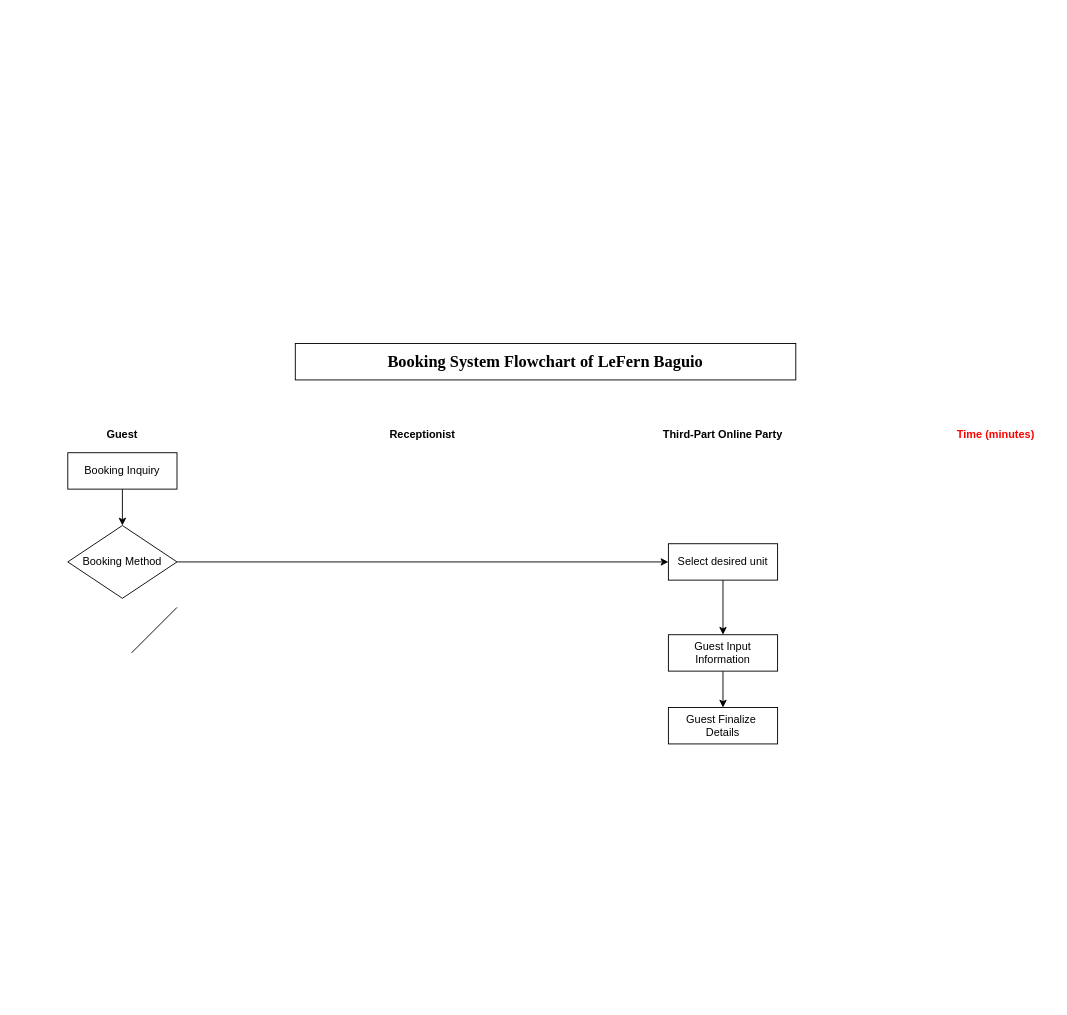
Above: CC13/LeFernSystemFlowchartUpdated.drawio in doyaoencab/draw.io (draw.io), before the change. Source tidied: cells renumbered, new cells numbered last; positions are measured from the earlier drawing's top-left corner, leaving out a move shared by most shapes. Both pictures are drawn from the tidied source at 91%, with x=0, y=0 at pixel (67, 343).
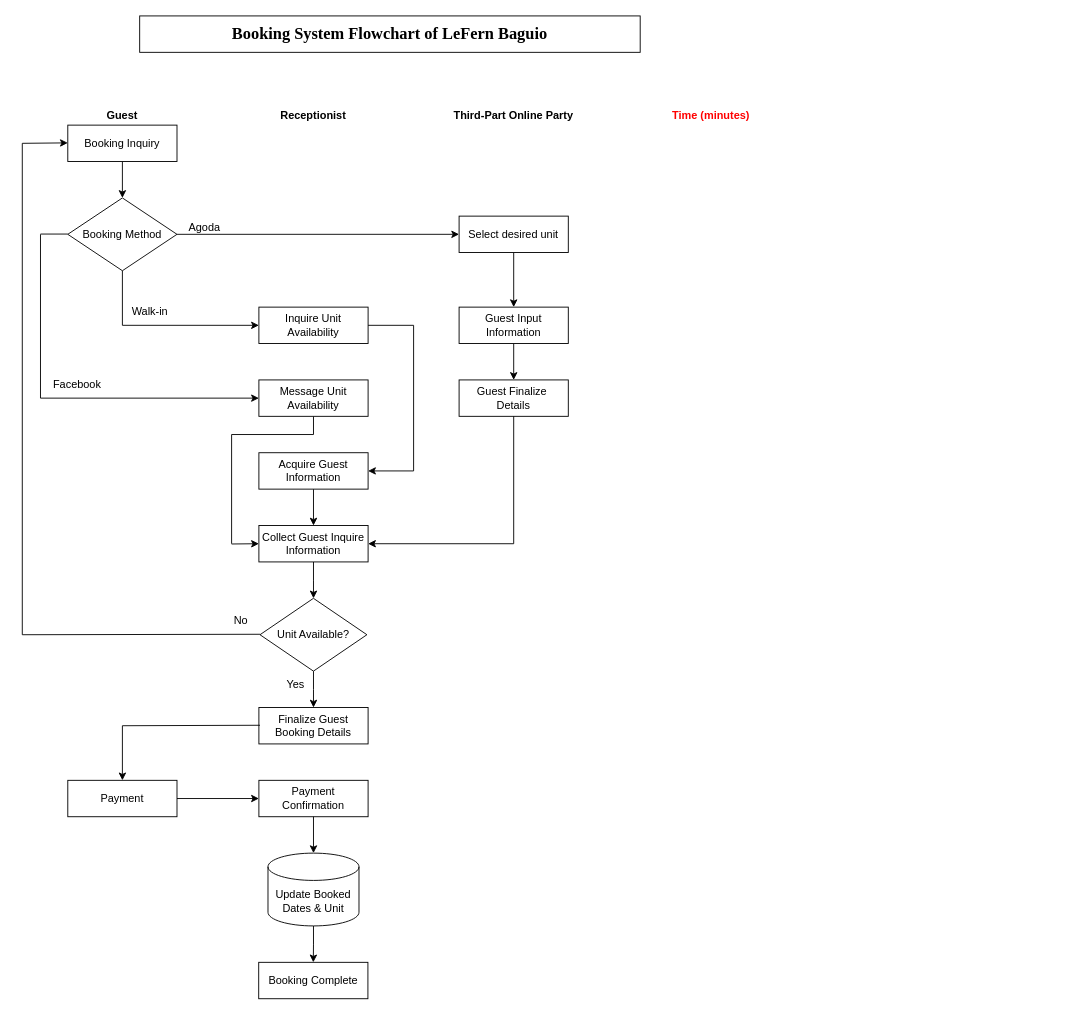
The same page after the edit.

What changed in the source:
```diff
@@
     <mxCell id="2" value="&lt;b style=&quot;font-family: &amp;quot;Times New Roman&amp;quot;; text-wrap-mode: nowrap;&quot;&gt;&lt;font style=&quot;font-size: 18px;&quot;&gt;Booking System Flowchart of LeFern Baguio&lt;/font&gt;&lt;/b&gt;" style="whiteSpace=wrap;html=1;" parent="1" vertex="1">
-      <mxGeometry x="250" width="550" height="40" as="geometry" />
+      <mxGeometry x="79" y="-360" width="550" height="40" as="geometry" />
     </mxCell>
     <mxCell id="3" value="&lt;b&gt;Guest&lt;/b&gt;" style="whiteSpace=wrap;html=1;strokeColor=none;fillColor=none;" parent="1" vertex="1">
-      <mxGeometry y="90" width="120" height="20" as="geometry" />
+      <mxGeometry y="-260" width="120" height="20" as="geometry" />
     </mxCell>
     <mxCell id="4" value="&lt;b&gt;&lt;font style=&quot;color: light-dark(rgb(255, 0, 0), rgb(237, 237, 237));&quot;&gt;Time (minutes)&lt;/font&gt;&lt;/b&gt;" style="whiteSpace=wrap;html=1;strokeColor=none;fillColor=none;" parent="1" vertex="1">
-      <mxGeometry x="960" y="90" width="120" height="20" as="geometry" />
+      <mxGeometry x="647" y="-260" width="120" height="20" as="geometry" />
     </mxCell>
     <mxCell id="5" value="&lt;b&gt;Receptionist&lt;/b&gt;" style="whiteSpace=wrap;html=1;strokeColor=none;fillColor=none;" parent="1" vertex="1">
-      <mxGeometry x="330" y="90" width="120" height="20" as="geometry" />
+      <mxGeometry x="210" y="-260" width="120" height="20" as="geometry" />
     </mxCell>
     <mxCell id="6" value="&lt;b&gt;Third-Part Online Party&lt;/b&gt;" style="whiteSpace=wrap;html=1;strokeColor=none;fillColor=none;" parent="1" vertex="1">
-      <mxGeometry x="650" y="90" width="140" height="20" as="geometry" />
+      <mxGeometry x="420" y="-260" width="140" height="20" as="geometry" />
     </mxCell>
@@
     <mxCell id="8" value="Booking Inquiry" style="whiteSpace=wrap;html=1;" parent="1" vertex="1">
-      <mxGeometry y="120" width="120" height="40" as="geometry" />
+      <mxGeometry y="-240" width="120" height="40" as="geometry" />
     </mxCell>
@@
     <mxCell id="10" value="Booking Method" style="rhombus;whiteSpace=wrap;html=1;" parent="1" vertex="1">
-      <mxGeometry y="200" width="120" height="80" as="geometry" />
+      <mxGeometry y="-160" width="120" height="80" as="geometry" />
     </mxCell>
@@
     <mxCell id="12" value="Select desired unit" style="whiteSpace=wrap;html=1;" parent="1" vertex="1">
-      <mxGeometry x="660" y="220" width="120" height="40" as="geometry" />
+      <mxGeometry x="430" y="-140" width="120" height="40" as="geometry" />
     </mxCell>
@@
     <mxCell id="14" value="Guest Input Information" style="whiteSpace=wrap;html=1;" parent="1" vertex="1">
-      <mxGeometry x="660" y="320" width="120" height="40" as="geometry" />
+      <mxGeometry x="430" y="-40" width="120" height="40" as="geometry" />
     </mxCell>
     <mxCell id="15" value="Guest Finalize&amp;nbsp;&lt;div&gt;Details&lt;/div&gt;" style="whiteSpace=wrap;html=1;" parent="1" vertex="1">
-      <mxGeometry x="660" y="400" width="120" height="40" as="geometry" />
+      <mxGeometry x="430" y="40" width="120" height="40" as="geometry" />
     </mxCell>
-    <mxCell id="16" style="endArrow=none;html=1;rounded=0;" parent="1" edge="1">
+    <mxCell id="16" style="endArrow=none;html=1;rounded=0;entryX=0.5;entryY=1;entryDx=0;entryDy=0;" parent="1" edge="1" target="10">
       <mxGeometry relative="1" as="geometry">
-        <mxPoint x="70" y="340" as="sourcePoint" />
-        <mxPoint x="120" y="290" as="targetPoint" />
+        <mxPoint x="60" y="-20" as="sourcePoint" />
       </mxGeometry>
     </mxCell>
+    <mxCell id="17" style="edgeStyle=none;jettySize=auto;html=1;rounded=0;entryX=0;entryY=0.5;entryDx=0;entryDy=0;" parent="1" edge="1" target="18">
+      <mxGeometry relative="1" as="geometry">
+        <mxPoint x="60" y="-20" as="sourcePoint" />
+      </mxGeometry>
+    </mxCell>
+    <mxCell id="18" value="Inquire Unit Availability" style="whiteSpace=wrap;html=1;" parent="1" vertex="1">
+      <mxGeometry x="210" y="-40" width="120" height="40" as="geometry" />
+    </mxCell>
+    <mxCell id="19" value="Agoda" style="text;html=1;align=center;verticalAlign=middle;strokeColor=none;fillColor=none;" parent="1" vertex="1">
+      <mxGeometry x="120" y="-142" width="60" height="30" as="geometry" />
+    </mxCell>
+    <mxCell id="20" value="Walk-in" style="text;html=1;align=center;verticalAlign=middle;strokeColor=none;fillColor=none;" parent="1" vertex="1">
+      <mxGeometry x="60" y="-50" width="60" height="30" as="geometry" />
+    </mxCell>
+    <mxCell id="21" style="endArrow=none;html=1;rounded=0;" parent="1" edge="1">
+      <mxGeometry relative="1" as="geometry">
+        <mxPoint x="-30" y="-120.3" as="sourcePoint" />
+        <mxPoint y="-120.3" as="targetPoint" />
+      </mxGeometry>
+    </mxCell>
+    <mxCell id="22" style="endArrow=none;html=1;rounded=0;" parent="1" edge="1">
+      <mxGeometry relative="1" as="geometry">
+        <mxPoint x="-30" y="-120" as="sourcePoint" />
+        <mxPoint x="-30" y="60" as="targetPoint" />
+      </mxGeometry>
+    </mxCell>
+    <mxCell id="23" style="edgeStyle=none;jettySize=auto;html=1;rounded=0;" parent="1" edge="1" source="37">
+      <mxGeometry relative="1" as="geometry">
+        <mxPoint x="330" y="69" as="targetPoint" />
+      </mxGeometry>
+    </mxCell>
+    <mxCell id="24" value="Facebook" style="text;html=1;align=center;verticalAlign=middle;strokeColor=none;fillColor=none;" parent="1" vertex="1">
+      <mxGeometry x="-30" y="30" width="80" height="30" as="geometry" />
+    </mxCell>
+    <mxCell id="25" style="edgeStyle=orthogonalEdgeStyle;rounded=0;jettySize=auto;html=1;" parent="1" edge="1" source="26" target="31">
+      <mxGeometry relative="1" as="geometry" />
+    </mxCell>
+    <mxCell id="26" value="Acquire Guest Information" style="whiteSpace=wrap;html=1;" parent="1" vertex="1">
+      <mxGeometry x="210" y="120" width="120" height="40" as="geometry" />
+    </mxCell>
+    <mxCell id="27" style="endArrow=none;html=1;rounded=0;exitX=1;exitY=0.5;exitDx=0;exitDy=0;" parent="1" edge="1" source="18">
+      <mxGeometry relative="1" as="geometry">
+        <mxPoint x="380" y="-20" as="targetPoint" />
+      </mxGeometry>
+    </mxCell>
+    <mxCell id="28" style="endArrow=none;html=1;rounded=0;" parent="1" edge="1">
+      <mxGeometry relative="1" as="geometry">
+        <mxPoint x="380" y="140" as="sourcePoint" />
+        <mxPoint x="380" y="-20" as="targetPoint" />
+      </mxGeometry>
+    </mxCell>
+    <mxCell id="29" style="edgeStyle=none;jettySize=auto;html=1;rounded=0;entryX=1;entryY=0.5;entryDx=0;entryDy=0;" parent="1" edge="1" target="26">
+      <mxGeometry relative="1" as="geometry">
+        <mxPoint x="380" y="140" as="sourcePoint" />
+      </mxGeometry>
+    </mxCell>
+    <mxCell id="30" style="edgeStyle=orthogonalEdgeStyle;rounded=0;jettySize=auto;html=1;" parent="1" edge="1" source="31" target="41">
+      <mxGeometry relative="1" as="geometry" />
+    </mxCell>
+    <mxCell id="31" value="Collect Guest Inquire Information" style="whiteSpace=wrap;html=1;" parent="1" vertex="1">
+      <mxGeometry x="210" y="200" width="120" height="40" as="geometry" />
+    </mxCell>
+    <mxCell id="32" style="endArrow=none;html=1;rounded=0;exitX=0.5;exitY=1;exitDx=0;exitDy=0;" parent="1" edge="1" source="37">
+      <mxGeometry relative="1" as="geometry">
+        <mxPoint x="270" y="100" as="targetPoint" />
+      </mxGeometry>
+    </mxCell>
+    <mxCell id="33" style="edgeStyle=none;orthogonalLoop=1;jettySize=auto;html=1;rounded=0;" parent="1" edge="1">
+      <mxGeometry relative="1" as="geometry">
+        <mxPoint x="180" y="220.3" as="sourcePoint" />
+        <mxPoint x="210" y="220" as="targetPoint" />
+      </mxGeometry>
+    </mxCell>
+    <mxCell id="34" style="endArrow=none;html=1;rounded=0;entryX=0.5;entryY=1;entryDx=0;entryDy=0;" parent="1" edge="1" target="15">
+      <mxGeometry relative="1" as="geometry">
+        <mxPoint x="490" y="220" as="sourcePoint" />
+      </mxGeometry>
+    </mxCell>
+    <mxCell id="35" style="edgeStyle=none;jettySize=auto;html=1;rounded=0;entryX=1;entryY=0.5;entryDx=0;entryDy=0;" parent="1" edge="1" target="31">
+      <mxGeometry relative="1" as="geometry">
+        <mxPoint x="490" y="220" as="sourcePoint" />
+      </mxGeometry>
+    </mxCell>
+    <mxCell id="36" style="edgeStyle=none;jettySize=auto;html=1;rounded=0;" parent="1" edge="1" target="37">
+      <mxGeometry relative="1" as="geometry">
+        <mxPoint x="-30" y="60" as="sourcePoint" />
+      </mxGeometry>
+    </mxCell>
+    <mxCell id="37" value="Message Unit Availability" style="whiteSpace=wrap;html=1;" parent="1" vertex="1">
+      <mxGeometry x="210" y="40" width="120" height="40" as="geometry" />
+    </mxCell>
+    <mxCell id="38" style="endArrow=none;html=1;rounded=0;exitX=1;exitY=0.5;exitDx=0;exitDy=0;" parent="1" edge="1">
+      <mxGeometry relative="1" as="geometry">
+        <mxPoint x="180" y="100" as="sourcePoint" />
+        <mxPoint x="270" y="100" as="targetPoint" />
+      </mxGeometry>
+    </mxCell>
+    <mxCell id="39" style="endArrow=none;html=1;rounded=0;entryX=0.5;entryY=1;entryDx=0;entryDy=0;" parent="1" edge="1">
+      <mxGeometry relative="1" as="geometry">
+        <mxPoint x="180" y="220" as="sourcePoint" />
+        <mxPoint x="180" y="100" as="targetPoint" />
+      </mxGeometry>
+    </mxCell>
+    <mxCell id="40" style="edgeStyle=orthogonalEdgeStyle;rounded=0;jettySize=auto;html=1;" parent="1" edge="1" source="41" target="46">
+      <mxGeometry relative="1" as="geometry" />
+    </mxCell>
+    <mxCell id="41" value="Unit Available?" style="rhombus;whiteSpace=wrap;html=1;" parent="1" vertex="1">
+      <mxGeometry x="211.2" y="280" width="117.5" height="80" as="geometry" />
+    </mxCell>
+    <mxCell id="42" style="endArrow=none;html=1;rounded=0;" parent="1" edge="1">
+      <mxGeometry relative="1" as="geometry">
+        <mxPoint x="-50" y="320" as="sourcePoint" />
+        <mxPoint x="211.2" y="319.5" as="targetPoint" />
+      </mxGeometry>
+    </mxCell>
+    <mxCell id="43" style="endArrow=none;html=1;rounded=0;" parent="1" edge="1">
+      <mxGeometry relative="1" as="geometry">
+        <mxPoint x="-50" y="-220" as="sourcePoint" />
+        <mxPoint x="-50" y="320" as="targetPoint" />
+      </mxGeometry>
+    </mxCell>
+    <mxCell id="44" style="edgeStyle=none;orthogonalLoop=1;jettySize=auto;html=1;rounded=0;" parent="1" edge="1">
+      <mxGeometry relative="1" as="geometry">
+        <mxPoint x="-50" y="-220" as="sourcePoint" />
+        <mxPoint y="-220.5" as="targetPoint" />
+      </mxGeometry>
+    </mxCell>
+    <mxCell id="45" value="No" style="text;html=1;align=center;verticalAlign=middle;strokeColor=none;fillColor=none;" parent="1" vertex="1">
+      <mxGeometry x="170" y="290" width="40" height="30" as="geometry" />
+    </mxCell>
+    <mxCell id="46" value="Finalize Guest Booking Details" style="whiteSpace=wrap;html=1;" parent="1" vertex="1">
+      <mxGeometry x="210" y="400" width="120" height="40" as="geometry" />
+    </mxCell>
+    <mxCell id="47" value="Yes" style="text;html=1;align=center;verticalAlign=middle;strokeColor=none;fillColor=none;" parent="1" vertex="1">
+      <mxGeometry x="230" y="360" width="40" height="30" as="geometry" />
+    </mxCell>
+    <mxCell id="48" style="endArrow=none;html=1;rounded=0;" parent="1" edge="1">
+      <mxGeometry relative="1" as="geometry">
+        <mxPoint x="60" y="420" as="sourcePoint" />
+        <mxPoint x="211.2" y="419.5" as="targetPoint" />
+      </mxGeometry>
+    </mxCell>
+    <mxCell id="49" style="edgeStyle=orthogonalEdgeStyle;rounded=0;jettySize=auto;html=1;" parent="1" edge="1" source="50" target="52">
+      <mxGeometry relative="1" as="geometry" />
+    </mxCell>
+    <mxCell id="50" value="Payment" style="whiteSpace=wrap;html=1;" parent="1" vertex="1">
+      <mxGeometry y="480" width="120" height="40" as="geometry" />
+    </mxCell>
+    <mxCell id="51" style="edgeStyle=none;jettySize=auto;html=1;rounded=0;entryX=0.5;entryY=0;entryDx=0;entryDy=0;" parent="1" edge="1" target="50">
+      <mxGeometry relative="1" as="geometry">
+        <mxPoint x="60" y="420" as="sourcePoint" />
+      </mxGeometry>
+    </mxCell>
+    <mxCell id="52" value="Payment Confirmation" style="whiteSpace=wrap;html=1;" parent="1" vertex="1">
+      <mxGeometry x="210" y="480" width="120" height="40" as="geometry" />
+    </mxCell>
+    <mxCell id="53" style="edgeStyle=orthogonalEdgeStyle;rounded=0;jettySize=auto;html=1;" parent="1" edge="1" source="54" target="56">
+      <mxGeometry relative="1" as="geometry" />
+    </mxCell>
+    <mxCell id="54" value="Update Booked Dates &amp;amp; Unit" style="shape=cylinder3;whiteSpace=wrap;html=1;boundedLbl=1;backgroundOutline=1;size=15;" parent="1" vertex="1">
+      <mxGeometry x="220" y="560" width="100" height="80" as="geometry" />
+    </mxCell>
+    <mxCell id="55" style="edgeStyle=none;jettySize=auto;html=1;rounded=0;entryX=0.5;entryY=0;entryDx=0;entryDy=0;entryPerimeter=0;exitX=0.5;exitY=1;exitDx=0;exitDy=0;" parent="1" edge="1" source="52" target="54">
+      <mxGeometry relative="1" as="geometry" />
+    </mxCell>
+    <mxCell id="56" value="Booking Complete" style="whiteSpace=wrap;html=1;" parent="1" vertex="1">
+      <mxGeometry x="209.8" y="680" width="120" height="40" as="geometry" />
+    </mxCell>
```
